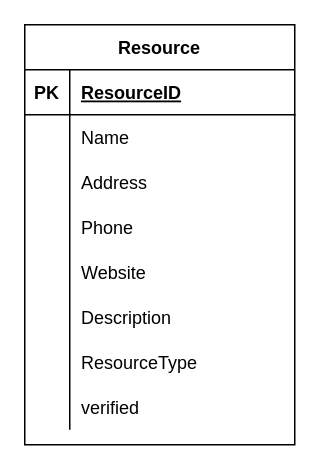
quincyp/project_community keeps this draw.io diagram as erd.drawio. Above is the earlier version. Source tidied: cells renumbered, new cells numbered last; positions are measured from the earlier drawing's top-left corner, leaving out a move shared by most shapes. Both pictures are drawn from the tidied source at 150%, with x=0, y=0 at pixel (24, 24).
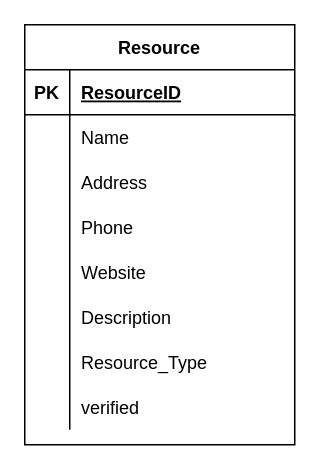
The same diagram, later.

Unchanged cells that the change refers to:
```xml
<mxCell id="21" style="shape=partialRectangle;fillColor=none;top=0;left=0;bottom=0;right=0;" parent="2" vertex="1">
  <mxGeometry y="210" width="180" height="30" as="geometry" />
</mxCell>
```

The edit, as a diff of the source:
```diff
@@
-    <mxCell id="23" value="ResourceType" style="shape=partialRectangle;fillColor=none;top=0;left=0;bottom=0;right=0;align=left;spacingLeft=6;overflow=hidden;" parent="21" vertex="1">
+    <mxCell id="23" value="Resource_Type" style="shape=partialRectangle;fillColor=none;top=0;left=0;bottom=0;right=0;align=left;spacingLeft=6;overflow=hidden;" parent="21" vertex="1">
       <mxGeometry x="30" width="150" height="30" as="geometry" />
     </mxCell>
```
